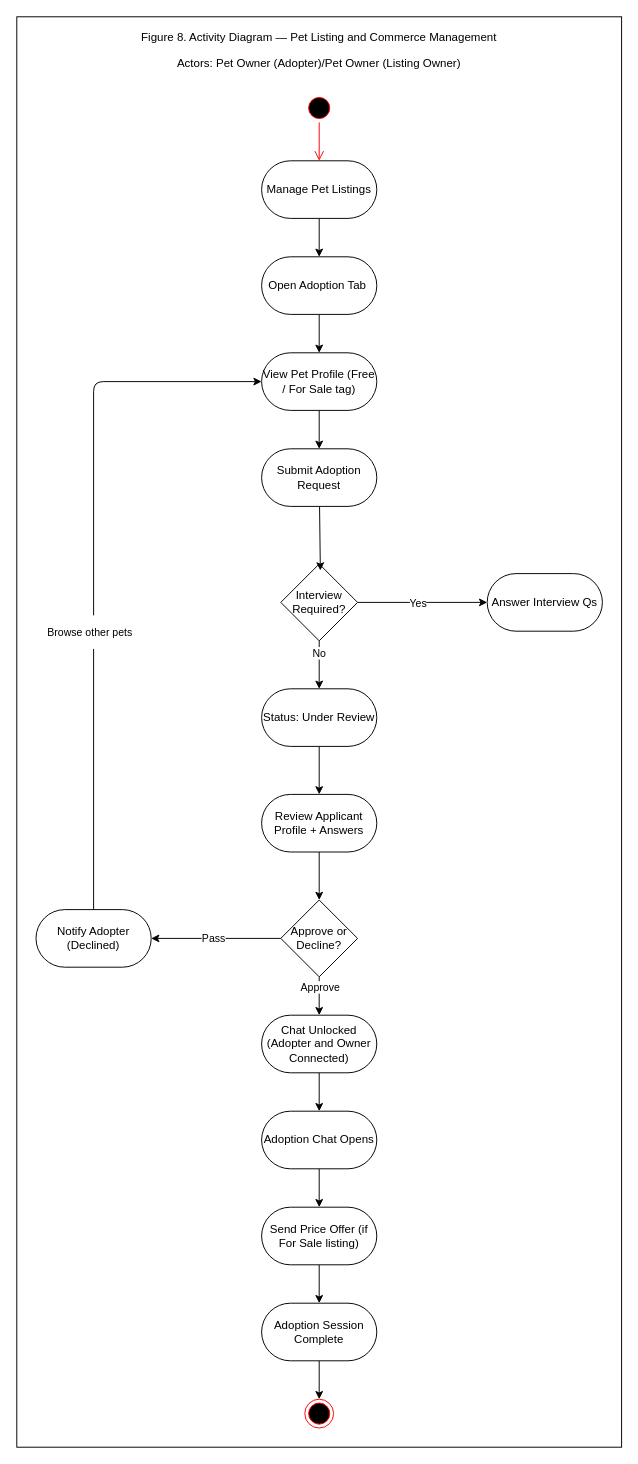
This is ActivityDiagram_Figure8_USALLA.drawio from Chels013/Breedr-Diagrams, a draw.io file, before an edit. Source tidied: cells renumbered, new cells numbered last; positions are measured from the earlier drawing's top-left corner, leaving out a move shared by most shapes. Both pictures are drawn from the tidied source at 96%, with x=0, y=0 at pixel (16, 16).
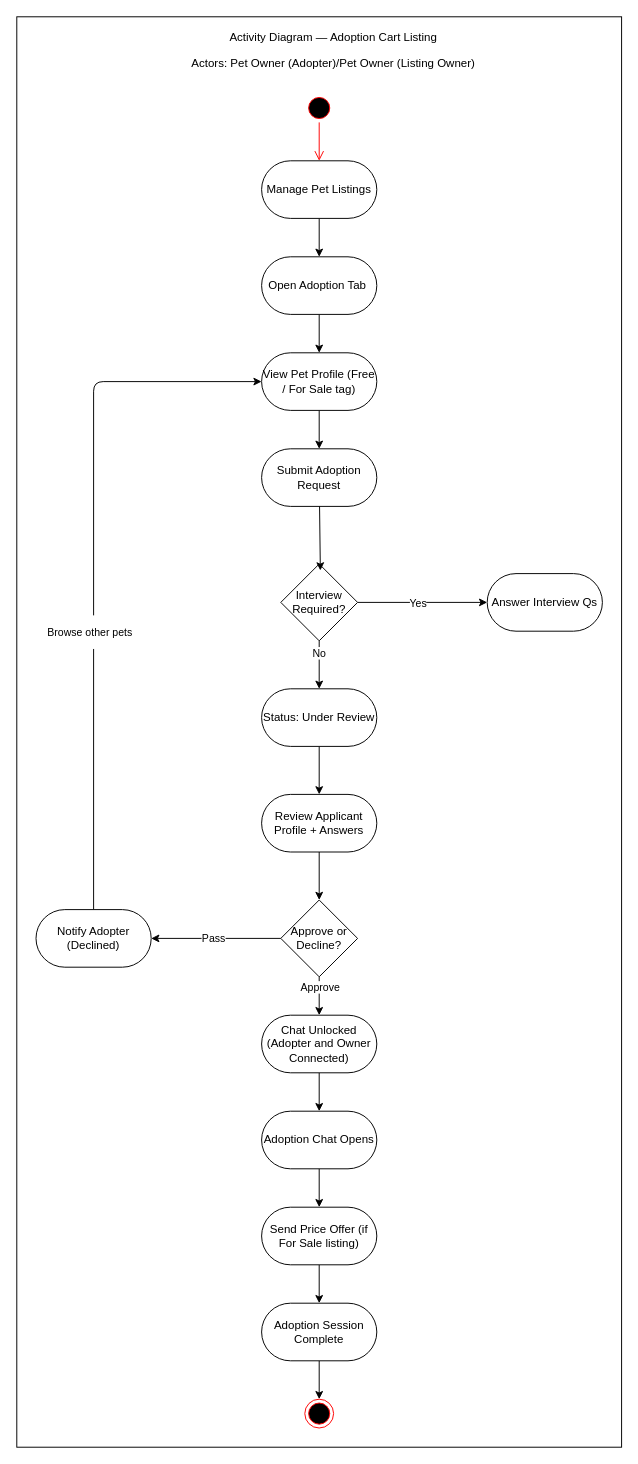
The same page after the edit.

Commit message (it also covers changes not shown here):
Rename Activity Diagrams

Diff of the diagram source:
```diff
@@
-    <mxCell id="3" value="&lt;p&gt;Figure 8. Activity Diagram — Pet Listing and Commerce Management&lt;/p&gt;&lt;p&gt;Actors: Pet Owner (Adopter)/Pet Owner (Listing Owner)&lt;/p&gt;" style="text;html=1;align=center;verticalAlign=middle;whiteSpace=wrap;rounded=0;" parent="1" vertex="1">
-      <mxGeometry x="85" y="20" width="460" height="30" as="geometry" />
+    <mxCell id="3" value="&lt;p&gt;&amp;nbsp;Activity Diagram — Adoption Cart Listing&amp;nbsp;&lt;/p&gt;&lt;p&gt;Actors: Pet Owner (Adopter)/Pet Owner (Listing Owner)&lt;/p&gt;" style="text;html=1;align=center;verticalAlign=middle;whiteSpace=wrap;rounded=0;" parent="1" vertex="1">
+      <mxGeometry x="100" y="20" width="460" height="30" as="geometry" />
     </mxCell>
```
